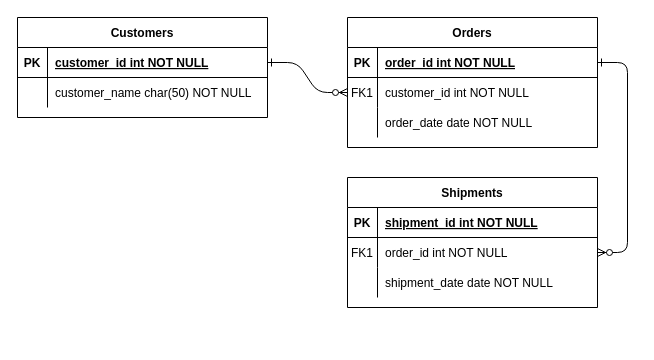
Before: src/제목 없는 다이어그램.drawio in JeonB/BookMarketSystem, a draw.io diagram. Source tidied: cells renumbered, new cells numbered last; positions are measured from the earlier drawing's top-left corner, leaving out a move shared by most shapes. Both pictures are drawn from the tidied source at 100%, with x=0, y=0 at pixel (17, 17).
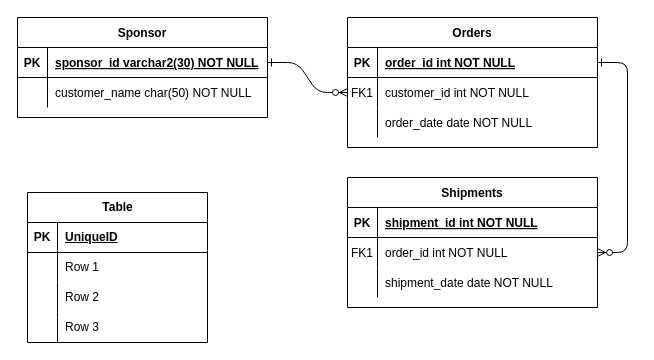
Above is the later version.

Commit message:
후원프로글매

The change refers to these unchanged cells:
```xml
<mxCell id="25" style="shape=partialRectangle;fillColor=none;points=[[0,0.5],[1,0.5]];portConstraint=eastwest;top=0;left=0;right=0;bottom=1;" parent="24" vertex="1">
  <mxGeometry y="30" width="250" height="30" as="geometry" />
</mxCell>
```

Change to the diagram source:
```diff
@@
-    <mxCell id="24" value="Customers" style="shape=table;startSize=30;childLayout=tableLayout;rowLines=0;fontStyle=1;align=center;" parent="1" vertex="1">
+    <mxCell id="24" value="Sponsor" style="shape=table;startSize=30;childLayout=tableLayout;rowLines=0;fontStyle=1;align=center;" parent="1" vertex="1">
       <mxGeometry width="250" height="100" as="geometry" />
     </mxCell>
@@
-    <mxCell id="27" value="customer_id int NOT NULL " style="shape=partialRectangle;overflow=hidden;fillColor=none;top=0;left=0;bottom=0;right=0;align=left;spacingLeft=6;fontStyle=5;" parent="25" vertex="1">
+    <mxCell id="27" value="sponsor_id varchar2(30) NOT NULL " style="shape=partialRectangle;overflow=hidden;fillColor=none;top=0;left=0;bottom=0;right=0;align=left;spacingLeft=6;fontStyle=5;" parent="25" vertex="1">
       <mxGeometry x="30" width="220" height="30" as="geometry" />
     </mxCell>
@@
+    <mxCell id="31" value="Table" style="shape=table;startSize=30;childLayout=tableLayout;rowLines=0;fontStyle=1;align=center;html=1;" parent="1" vertex="1">
+      <mxGeometry x="10" y="175" width="180" height="150" as="geometry" />
+    </mxCell>
+    <mxCell id="32" style="shape=tableRow;horizontal=0;startSize=0;swimlaneHead=0;swimlaneBody=0;fillColor=none;top=0;left=0;right=0;bottom=1;" parent="31" vertex="1">
+      <mxGeometry y="30" width="180" height="30" as="geometry" />
+    </mxCell>
+    <mxCell id="33" value="PK" style="shape=partialRectangle;fillColor=none;top=0;left=0;bottom=0;right=0;fontStyle=1;overflow=hidden;whiteSpace=wrap;html=1;" parent="32" vertex="1">
+      <mxGeometry width="30" height="30" as="geometry" />
+    </mxCell>
+    <mxCell id="34" value="UniqueID" style="shape=partialRectangle;fillColor=none;top=0;left=0;bottom=0;right=0;align=left;spacingLeft=6;fontStyle=5;overflow=hidden;whiteSpace=wrap;html=1;" parent="32" vertex="1">
+      <mxGeometry x="30" width="150" height="30" as="geometry" />
+    </mxCell>
+    <mxCell id="35" style="shape=tableRow;horizontal=0;startSize=0;swimlaneHead=0;swimlaneBody=0;fillColor=none;top=0;left=0;right=0;bottom=0;" parent="31" vertex="1">
+      <mxGeometry y="60" width="180" height="30" as="geometry" />
+    </mxCell>
+    <mxCell id="36" style="shape=partialRectangle;fillColor=none;top=0;left=0;bottom=0;right=0;overflow=hidden;whiteSpace=wrap;html=1;" parent="35" vertex="1">
+      <mxGeometry width="30" height="30" as="geometry" />
+    </mxCell>
+    <mxCell id="37" value="Row 1" style="shape=partialRectangle;fillColor=none;top=0;left=0;bottom=0;right=0;align=left;spacingLeft=6;overflow=hidden;whiteSpace=wrap;html=1;" parent="35" vertex="1">
+      <mxGeometry x="30" width="150" height="30" as="geometry" />
+    </mxCell>
+    <mxCell id="38" style="shape=tableRow;horizontal=0;startSize=0;swimlaneHead=0;swimlaneBody=0;fillColor=none;top=0;left=0;right=0;bottom=0;" parent="31" vertex="1">
+      <mxGeometry y="90" width="180" height="30" as="geometry" />
+    </mxCell>
+    <mxCell id="39" style="shape=partialRectangle;fillColor=none;top=0;left=0;bottom=0;right=0;overflow=hidden;whiteSpace=wrap;html=1;" parent="38" vertex="1">
+      <mxGeometry width="30" height="30" as="geometry" />
+    </mxCell>
+    <mxCell id="40" value="Row 2" style="shape=partialRectangle;fillColor=none;top=0;left=0;bottom=0;right=0;align=left;spacingLeft=6;overflow=hidden;whiteSpace=wrap;html=1;" parent="38" vertex="1">
+      <mxGeometry x="30" width="150" height="30" as="geometry" />
+    </mxCell>
+    <mxCell id="41" style="shape=tableRow;horizontal=0;startSize=0;swimlaneHead=0;swimlaneBody=0;fillColor=none;top=0;left=0;right=0;bottom=0;" parent="31" vertex="1">
+      <mxGeometry y="120" width="180" height="30" as="geometry" />
+    </mxCell>
+    <mxCell id="42" style="shape=partialRectangle;fillColor=none;top=0;left=0;bottom=0;right=0;overflow=hidden;whiteSpace=wrap;html=1;" parent="41" vertex="1">
+      <mxGeometry width="30" height="30" as="geometry" />
+    </mxCell>
+    <mxCell id="43" value="Row 3" style="shape=partialRectangle;fillColor=none;top=0;left=0;bottom=0;right=0;align=left;spacingLeft=6;overflow=hidden;whiteSpace=wrap;html=1;" parent="41" vertex="1">
+      <mxGeometry x="30" width="150" height="30" as="geometry" />
+    </mxCell>
```
